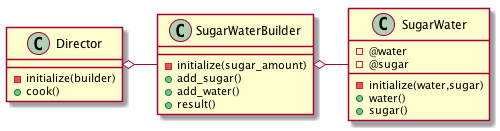
Above: org/work/class-diagram/sugar-water-builder.png in masayuki054/meta-ruby (PlantUML), before the change. The source it was exported from:
```plantuml
@startuml
class SugarWater {
  - @water
  - @sugar
  - initialize(water,sugar)
  + water()
  + sugar()
}

class  SugarWaterBuilder {
  - initialize(sugar_amount)
  + add_sugar()
  + add_water()
  + result()
}

class Director {
  - initialize(builder)
  + cook()
}

Director o- SugarWaterBuilder
SugarWaterBuilder o- SugarWater
@enduml
```
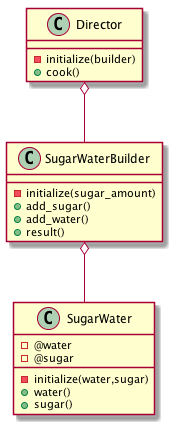
Later version of the same file.

Diff of the diagram source:
```diff
@@ -19,6 +19,6 @@
   + cook()
 }
 
-Director o- SugarWaterBuilder
-SugarWaterBuilder o- SugarWater
+Director o-- SugarWaterBuilder
+SugarWaterBuilder o-- SugarWater
 @enduml
```
